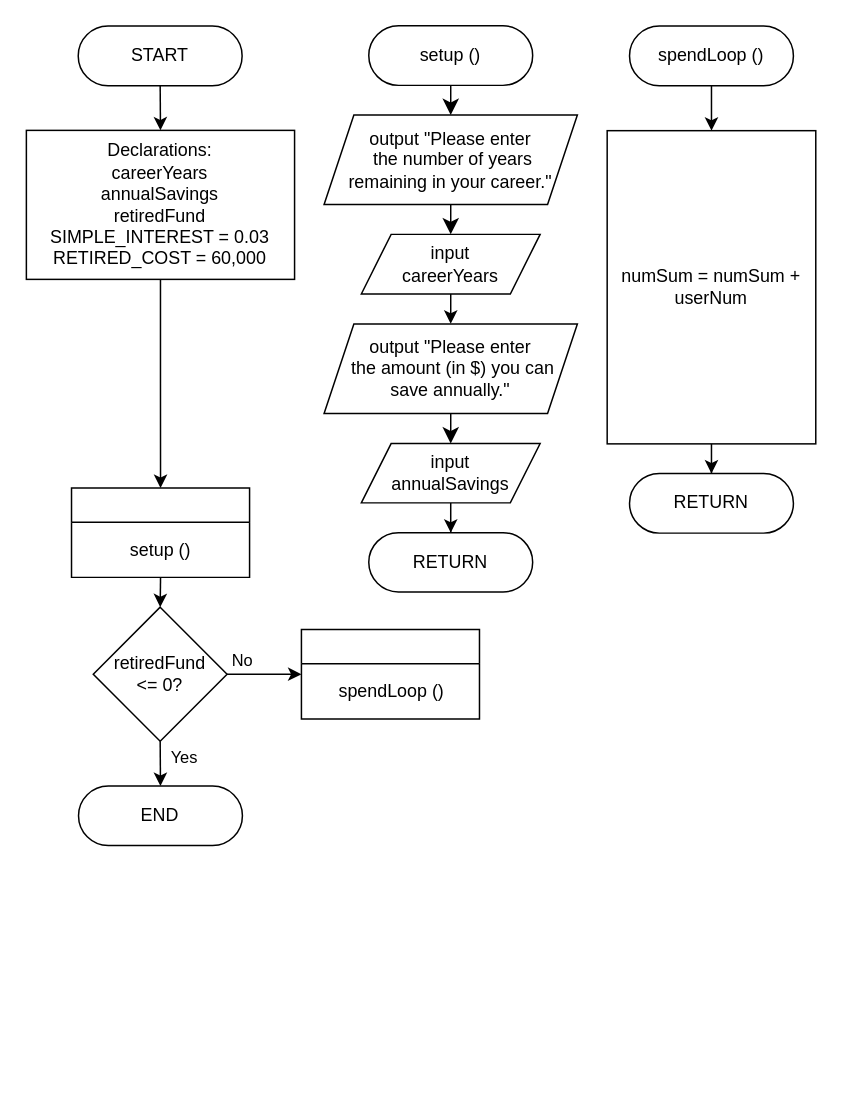
Before: Module 7 - Effective Decision Loops 2 - Connor Bowles.drawio in CBowles10/SDEV_120_FALL2025_CBOWLES, a draw.io diagram. Source tidied: cells renumbered, new cells numbered last; positions are measured from the earlier drawing's top-left corner, leaving out a move shared by most shapes. Both pictures are drawn from the tidied source at 149%, with x=0, y=0 at pixel (25, 25).
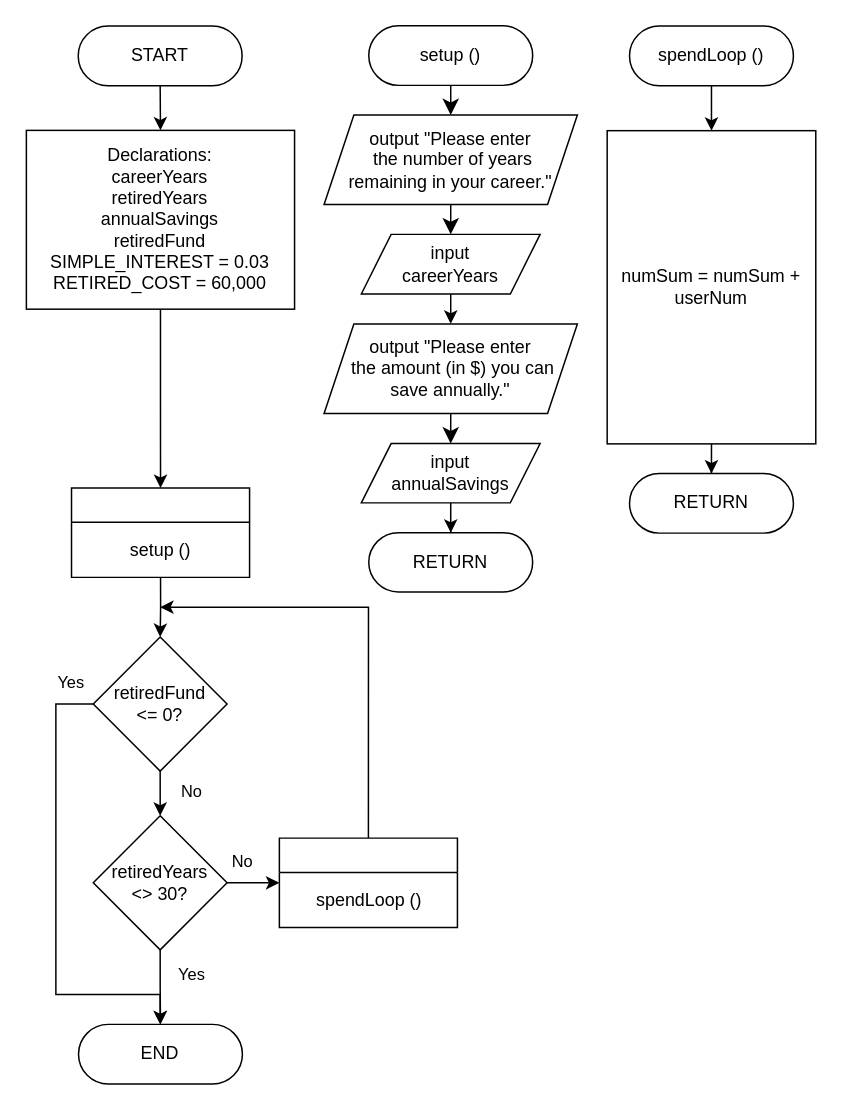
The same diagram, later.

Change to the diagram source:
```diff
@@
-    <mxCell id="5" value="Declarations:&lt;div&gt;careerYears&lt;br&gt;annualSavings&lt;br&gt;retiredFund&lt;br&gt;SIMPLE_INTEREST = 0.03&lt;br&gt;RETIRED_COST = 60,000&lt;/div&gt;" style="rounded=0;whiteSpace=wrap;html=1;" parent="1" vertex="1">
-      <mxGeometry x="0.2" y="70" width="180" height="100" as="geometry" />
+    <mxCell id="5" value="Declarations:&lt;div&gt;careerYears&lt;br&gt;retiredYears&lt;br&gt;annualSavings&lt;br&gt;retiredFund&lt;br&gt;SIMPLE_INTEREST = 0.03&lt;br&gt;RETIRED_COST = 60,000&lt;/div&gt;" style="rounded=0;whiteSpace=wrap;html=1;" parent="1" vertex="1">
+      <mxGeometry x="0.2" y="70" width="180" height="120" as="geometry" />
     </mxCell>
+    <mxCell id="34" style="edgeStyle=orthogonalEdgeStyle;rounded=0;jettySize=auto;html=1;exitX=0.5;exitY=0;exitDx=0;exitDy=0;" parent="1" edge="1" source="6">
+      <mxGeometry relative="1" as="geometry">
+        <mxPoint x="90" y="390" as="targetPoint" />
+        <Array as="points">
+          <mxPoint x="230" y="390" />
+        </Array>
+      </mxGeometry>
+    </mxCell>
     <mxCell id="6" style="swimlane;whiteSpace=wrap;html=1;" parent="1" vertex="1">
-      <mxGeometry x="184.8" y="405" width="119.5" height="60" as="geometry" />
+      <mxGeometry x="170" y="545" width="119.5" height="60" as="geometry" />
     </mxCell>
@@
     <mxCell id="11" value="END" style="rounded=1;whiteSpace=wrap;html=1;arcSize=50;" parent="1" vertex="1">
-      <mxGeometry x="35.2" y="510" width="110" height="40" as="geometry" />
+      <mxGeometry x="35.2" y="670" width="110" height="40" as="geometry" />
     </mxCell>
-    <mxCell id="12" style="edgeStyle=orthogonalEdgeStyle;rounded=0;jettySize=auto;html=1;exitX=1;exitY=0.5;exitDx=0;exitDy=0;entryX=0;entryY=0.5;entryDx=0;entryDy=0;" parent="1" edge="1" source="16" target="6">
-      <mxGeometry relative="1" as="geometry" />
-    </mxCell>
-    <mxCell id="13" value="No" style="edgeLabel;html=1;align=center;verticalAlign=middle;" parent="12" vertex="1">
-      <mxGeometry x="-0.31" y="1" relative="1" as="geometry">
-        <mxPoint x="-7" y="-9" as="offset" />
-      </mxGeometry>
-    </mxCell>
-    <mxCell id="14" style="edgeStyle=orthogonalEdgeStyle;rounded=0;jettySize=auto;html=1;exitX=0.5;exitY=1;exitDx=0;exitDy=0;entryX=0.5;entryY=0;entryDx=0;entryDy=0;" parent="1" edge="1" source="16" target="11">
-      <mxGeometry relative="1" as="geometry" />
-    </mxCell>
-    <mxCell id="15" value="Yes" style="edgeLabel;html=1;align=center;verticalAlign=middle;" parent="14" vertex="1">
-      <mxGeometry x="-0.41" y="-1" relative="1" as="geometry">
-        <mxPoint x="16" y="1" as="offset" />
-      </mxGeometry>
-    </mxCell>
+    <mxCell id="35" style="edgeStyle=orthogonalEdgeStyle;rounded=0;jettySize=auto;html=1;" parent="1" edge="1" source="16" target="43">
+      <mxGeometry relative="1" as="geometry" />
+    </mxCell>
+    <mxCell id="36" value="No" style="edgeLabel;html=1;align=center;verticalAlign=middle;" parent="35" vertex="1">
+      <mxGeometry x="-0.48" y="1" relative="1" as="geometry">
+        <mxPoint x="19" as="offset" />
+      </mxGeometry>
+    </mxCell>
+    <mxCell id="37" style="edgeStyle=orthogonalEdgeStyle;rounded=0;jettySize=auto;html=1;exitX=0;exitY=0.5;exitDx=0;exitDy=0;" parent="1" edge="1" source="16">
+      <mxGeometry relative="1" as="geometry">
+        <mxPoint x="90" y="670" as="targetPoint" />
+        <Array as="points">
+          <mxPoint x="20" y="455" />
+          <mxPoint x="20" y="650" />
+          <mxPoint x="90" y="650" />
+        </Array>
+      </mxGeometry>
+    </mxCell>
+    <mxCell id="38" value="Yes" style="edgeLabel;html=1;align=center;verticalAlign=middle;" parent="37" vertex="1">
+      <mxGeometry x="-0.9" relative="1" as="geometry">
+        <mxPoint y="-15" as="offset" />
+      </mxGeometry>
+    </mxCell>
     <mxCell id="16" value="retiredFund&lt;br&gt;&amp;lt;= 0?" style="rhombus;whiteSpace=wrap;html=1;" parent="1" vertex="1">
-      <mxGeometry x="45.1" y="390" width="89.8" height="90" as="geometry" />
+      <mxGeometry x="45.1" y="410" width="89.8" height="90" as="geometry" />
     </mxCell>
@@
+    <mxCell id="39" style="edgeStyle=orthogonalEdgeStyle;rounded=0;jettySize=auto;html=1;" parent="1" edge="1" source="43" target="11">
+      <mxGeometry relative="1" as="geometry" />
+    </mxCell>
+    <mxCell id="40" value="Yes" style="edgeLabel;html=1;align=center;verticalAlign=middle;" parent="39" vertex="1">
+      <mxGeometry x="-0.38" y="-2" relative="1" as="geometry">
+        <mxPoint x="22" as="offset" />
+      </mxGeometry>
+    </mxCell>
+    <mxCell id="41" style="edgeStyle=orthogonalEdgeStyle;rounded=0;jettySize=auto;html=1;exitX=1;exitY=0.5;exitDx=0;exitDy=0;entryX=0;entryY=0.5;entryDx=0;entryDy=0;" parent="1" edge="1" source="43" target="6">
+      <mxGeometry relative="1" as="geometry" />
+    </mxCell>
+    <mxCell id="42" value="No" style="edgeLabel;html=1;align=center;verticalAlign=middle;" parent="41" vertex="1">
+      <mxGeometry x="-0.28" y="-1" relative="1" as="geometry">
+        <mxPoint x="-3" y="-16" as="offset" />
+      </mxGeometry>
+    </mxCell>
+    <mxCell id="43" value="retiredYears&lt;br&gt;&amp;lt;&amp;gt; 30?" style="rhombus;whiteSpace=wrap;html=1;" parent="1" vertex="1">
+      <mxGeometry x="45.1" y="530" width="89.8" height="90" as="geometry" />
+    </mxCell>
```
